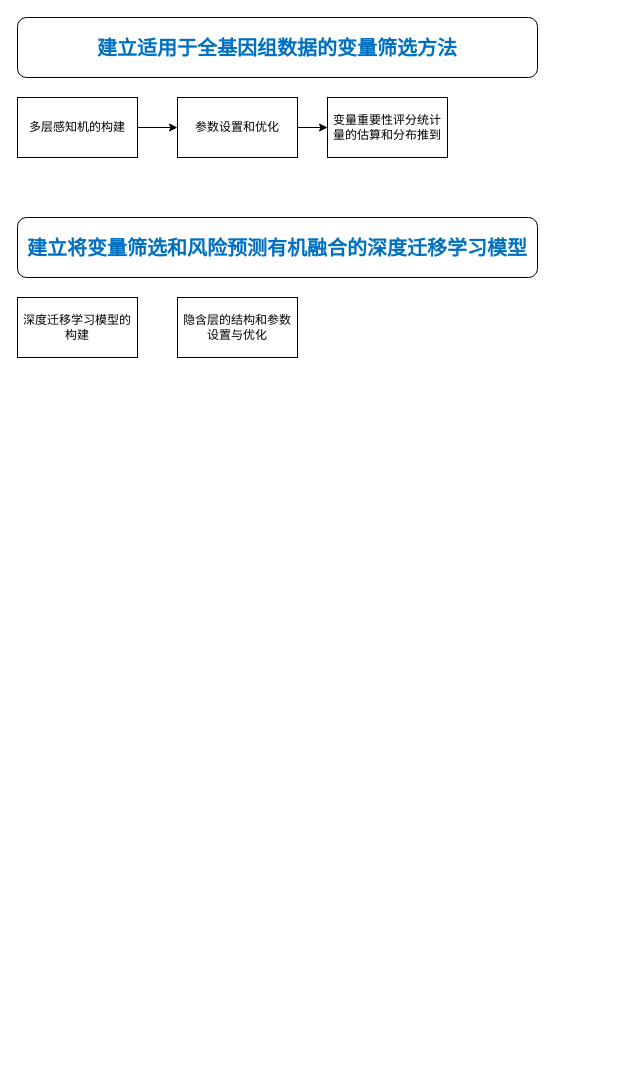
The draw.io diagram pathnew.drawio in YaluWen/try, before the edit. Source tidied: cells renumbered, new cells numbered last; positions are measured from the earlier drawing's top-left corner, leaving out a move shared by most shapes. Both pictures are drawn from the tidied source at 100%, with x=0, y=0 at pixel (17, 17).
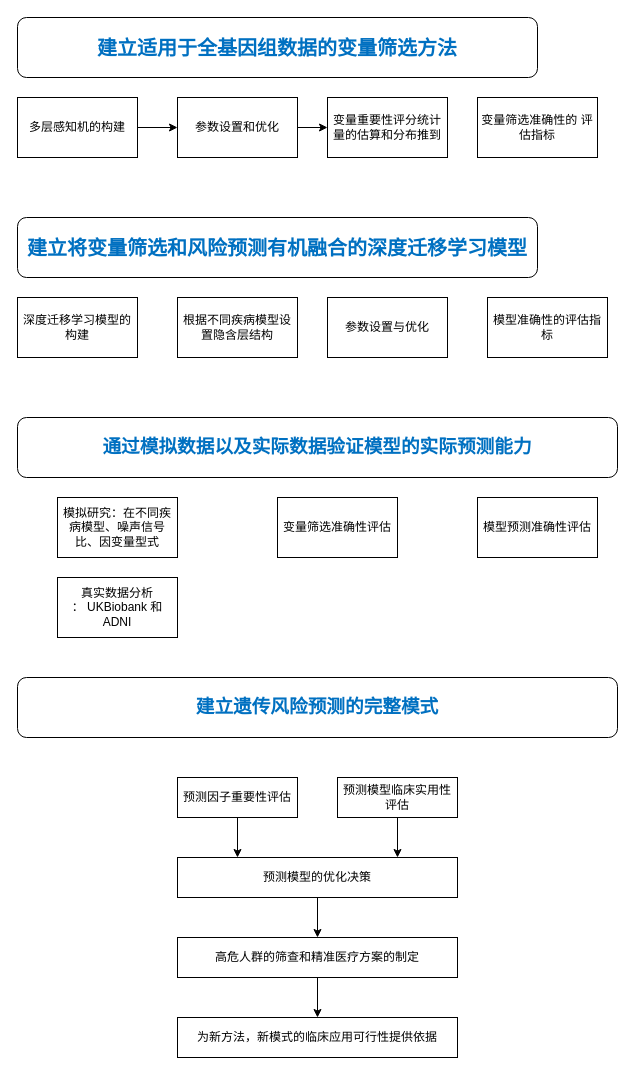
Above is the later version.

What changed in the source:
```diff
@@
-    <mxCell id="10" value="隐含层的结构和参数设置与优化" style="rounded=0;whiteSpace=wrap;html=1;" parent="1" vertex="1">
-      <mxGeometry x="160" y="280" width="120" height="60" as="geometry" />
+    <mxCell id="10" value="参数设置与优化" style="rounded=0;whiteSpace=wrap;html=1;" parent="1" vertex="1">
+      <mxGeometry x="310" y="280" width="120" height="60" as="geometry" />
     </mxCell>
+    <mxCell id="11" value="模型准确性的评估指标" style="rounded=0;whiteSpace=wrap;html=1;" parent="1" vertex="1">
+      <mxGeometry x="470" y="280" width="120" height="60" as="geometry" />
+    </mxCell>
+    <mxCell id="12" value="变量筛选准确性的 评估指标" style="rounded=0;whiteSpace=wrap;html=1;" parent="1" vertex="1">
+      <mxGeometry x="460" y="80" width="120" height="60" as="geometry" />
+    </mxCell>
+    <mxCell id="13" value="根据不同疾病模型设置隐含层结构" style="rounded=0;whiteSpace=wrap;html=1;" parent="1" vertex="1">
+      <mxGeometry x="160" y="280" width="120" height="60" as="geometry" />
+    </mxCell>
+    <mxCell id="14" value="&lt;b&gt;&lt;span style=&quot;font-size: 14.0pt ; font-family: &amp;#34;kaiti&amp;#34; ; color: #0070c1&quot; lang=&quot;ZH-CN&quot;&gt;通过模拟数据以及实际数据验证模型的实际预测能力&lt;/span&gt;&lt;span style=&quot;font-size: 14.0pt ; font-family: &amp;#34;times new roman&amp;#34; ; color: #0070c1&quot;&gt;&lt;/span&gt;&lt;/b&gt;" style="rounded=1;whiteSpace=wrap;html=1;" parent="1" vertex="1">
+      <mxGeometry y="400" width="600" height="60" as="geometry" />
+    </mxCell>
+    <mxCell id="15" value="&lt;div&gt;模拟研究：在不同疾病模型、噪声信号比、因变量型式&lt;/div&gt;" style="rounded=0;whiteSpace=wrap;html=1;" parent="1" vertex="1">
+      <mxGeometry x="40" y="480" width="120" height="60" as="geometry" />
+    </mxCell>
+    <mxCell id="16" value="变量筛选准确性评估" style="rounded=0;whiteSpace=wrap;html=1;" parent="1" vertex="1">
+      <mxGeometry x="260" y="480" width="120" height="60" as="geometry" />
+    </mxCell>
+    <mxCell id="17" value="模型预测准确性评估" style="rounded=0;whiteSpace=wrap;html=1;" parent="1" vertex="1">
+      <mxGeometry x="460" y="480" width="120" height="60" as="geometry" />
+    </mxCell>
+    <mxCell id="18" value="&lt;div&gt;真实数据分析&lt;/div&gt;： UKBiobank 和ADNI" style="rounded=0;whiteSpace=wrap;html=1;" parent="1" vertex="1">
+      <mxGeometry x="40" y="560" width="120" height="60" as="geometry" />
+    </mxCell>
+    <mxCell id="19" value="&lt;b&gt;&lt;span style=&quot;font-size: 14.0pt ; font-family: &amp;#34;kaiti&amp;#34; ; color: #0070c1&quot; lang=&quot;ZH-CN&quot;&gt;建立遗传风险预测的完整模式&lt;/span&gt;&lt;/b&gt;" style="rounded=1;whiteSpace=wrap;html=1;" parent="1" vertex="1">
+      <mxGeometry y="660" width="600" height="60" as="geometry" />
+    </mxCell>
+    <mxCell id="20" value="预测因子重要性评估" style="rounded=0;whiteSpace=wrap;html=1;" parent="1" vertex="1">
+      <mxGeometry x="160" y="760" width="120" height="40" as="geometry" />
+    </mxCell>
+    <mxCell id="21" value="预测模型临床实用性评估" style="rounded=0;whiteSpace=wrap;html=1;" parent="1" vertex="1">
+      <mxGeometry x="320" y="760" width="120" height="40" as="geometry" />
+    </mxCell>
+    <mxCell id="22" value="预测模型的优化决策" style="rounded=0;whiteSpace=wrap;html=1;" parent="1" vertex="1">
+      <mxGeometry x="160" y="840" width="280" height="40" as="geometry" />
+    </mxCell>
+    <mxCell id="23" style="endArrow=classic;html=1;exitX=0.5;exitY=1;exitDx=0;exitDy=0;" parent="1" edge="1" source="20">
+      <mxGeometry relative="1" as="geometry">
+        <mxPoint x="220" y="840" as="targetPoint" />
+      </mxGeometry>
+    </mxCell>
+    <mxCell id="24" style="endArrow=classic;html=1;exitX=0.5;exitY=1;exitDx=0;exitDy=0;" parent="1" edge="1" source="21">
+      <mxGeometry relative="1" as="geometry">
+        <mxPoint x="380" y="840" as="targetPoint" />
+      </mxGeometry>
+    </mxCell>
+    <mxCell id="25" value="高危人群的筛查和精准医疗方案的制定" style="whiteSpace=wrap;html=1;rounded=0;" parent="1" vertex="1">
+      <mxGeometry x="160" y="920" width="280" height="40" as="geometry" />
+    </mxCell>
+    <mxCell id="26" style="edgeStyle=orthogonalEdgeStyle;rounded=0;jettySize=auto;html=1;" parent="1" edge="1" source="22" target="25">
+      <mxGeometry relative="1" as="geometry" />
+    </mxCell>
+    <mxCell id="27" value="为新方法，新模式的临床应用可行性提供依据" style="whiteSpace=wrap;html=1;rounded=0;" parent="1" vertex="1">
+      <mxGeometry x="160" y="1000" width="280" height="40" as="geometry" />
+    </mxCell>
+    <mxCell id="28" style="edgeStyle=orthogonalEdgeStyle;rounded=0;jettySize=auto;html=1;" parent="1" edge="1" source="25" target="27">
+      <mxGeometry relative="1" as="geometry" />
+    </mxCell>
```
